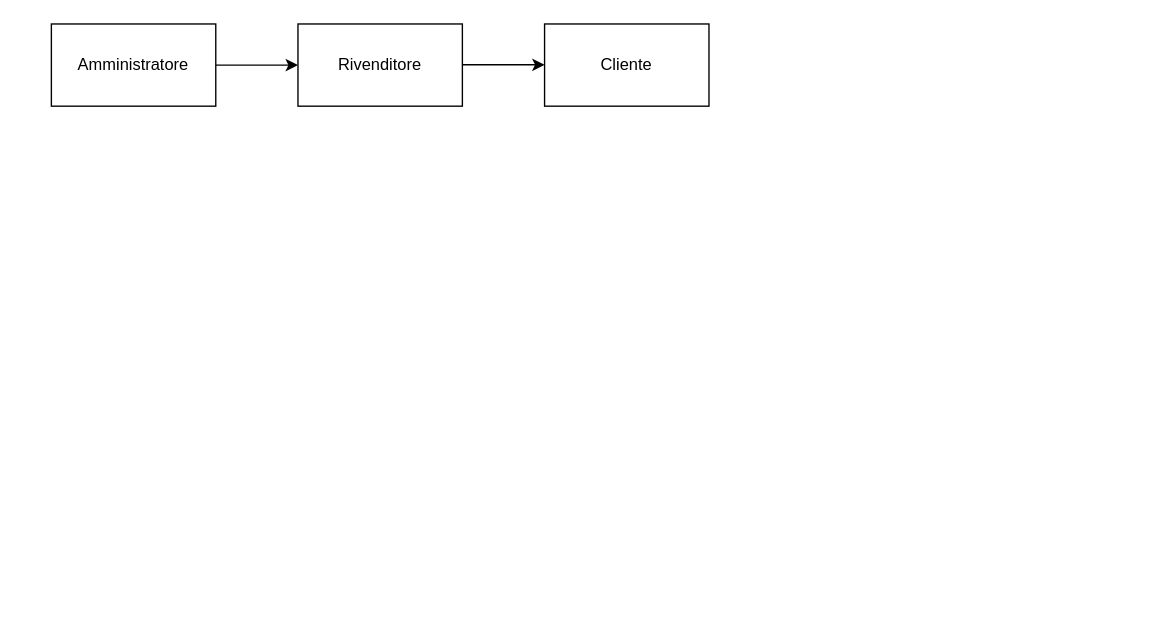
Earlier version of the draw.io diagram Diagrammi/Diagramma MagisterPro.drawio (L-Faber/Diagrammi). Source tidied: cells renumbered, new cells numbered last; positions are measured from the earlier drawing's top-left corner, leaving out a move shared by most shapes. Both pictures are drawn from the tidied source at 137%, with x=0, y=0 at pixel (51, 23).
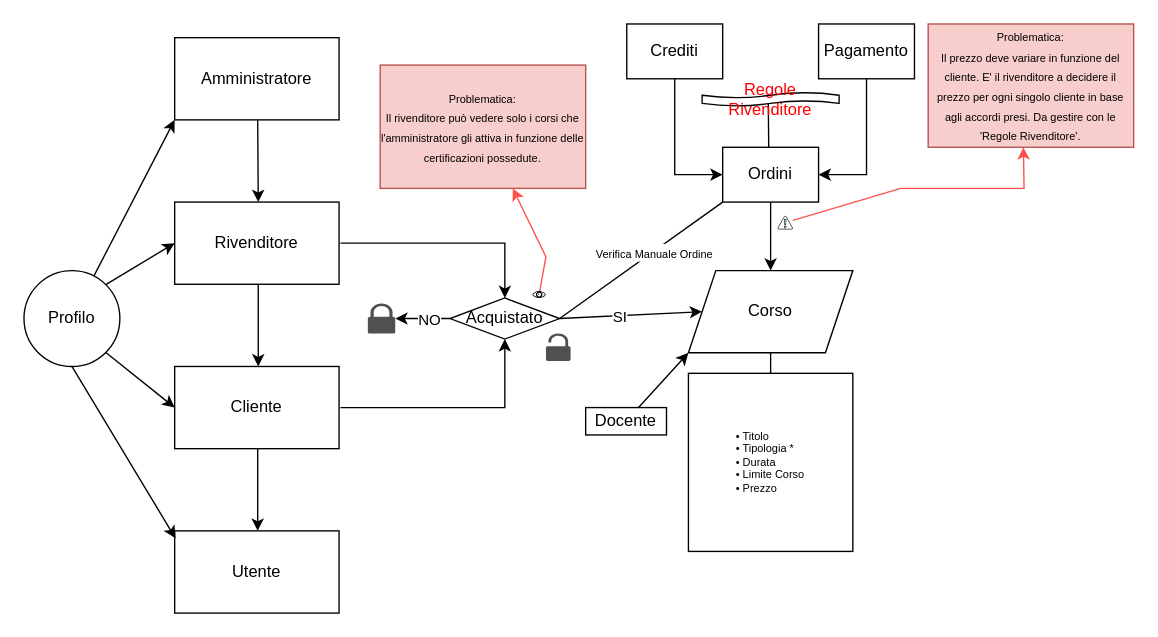
Above is the later version.

What changed in the source:
```diff
@@
     <mxCell id="2" value="Amministratore" style="rounded=0;whiteSpace=wrap;html=1;" parent="1" vertex="1">
-      <mxGeometry width="120" height="60" as="geometry" />
+      <mxGeometry x="90" y="10" width="120" height="60" as="geometry" />
     </mxCell>
     <mxCell id="3" style="endArrow=classic;html=1;rounded=0;" parent="1" edge="1">
       <mxGeometry relative="1" as="geometry">
-        <mxPoint x="120" y="30" as="sourcePoint" />
-        <mxPoint x="180" y="30" as="targetPoint" />
+        <mxPoint x="150.6" y="70" as="sourcePoint" />
+        <mxPoint x="151" y="130" as="targetPoint" />
       </mxGeometry>
     </mxCell>
+    <mxCell id="7" style="edgeStyle=none;rounded=0;jettySize=auto;html=1;entryX=0.5;entryY=0;entryDx=0;entryDy=0;" parent="1" edge="1" target="13">
+      <mxGeometry relative="1" as="geometry">
+        <mxPoint x="211" y="160" as="sourcePoint" />
+        <Array as="points">
+          <mxPoint x="331" y="160" />
+        </Array>
+      </mxGeometry>
+    </mxCell>
     <mxCell id="4" value="Rivenditore" style="rounded=0;whiteSpace=wrap;html=1;" parent="1" vertex="1">
-      <mxGeometry x="180" width="120" height="60" as="geometry" />
+      <mxGeometry x="90" y="130" width="120" height="60" as="geometry" />
     </mxCell>
-    <mxCell id="5" style="endArrow=classic;html=1;rounded=0;" parent="1" edge="1">
+    <mxCell id="5" style="endArrow=classic;html=1;rounded=0;exitX=0.5;exitY=1;exitDx=0;exitDy=0;" parent="1" edge="1">
       <mxGeometry relative="1" as="geometry">
-        <mxPoint x="300" y="29.8" as="sourcePoint" />
-        <mxPoint x="360" y="29.8" as="targetPoint" />
+        <mxPoint x="151" y="190" as="sourcePoint" />
+        <mxPoint x="151" y="250" as="targetPoint" />
       </mxGeometry>
     </mxCell>
     <mxCell id="6" value="Cliente" style="rounded=0;whiteSpace=wrap;html=1;" parent="1" vertex="1">
-      <mxGeometry x="360" width="120" height="60" as="geometry" />
+      <mxGeometry x="90" y="250" width="120" height="60" as="geometry" />
     </mxCell>
+    <mxCell id="8" value="Corso" style="shape=parallelogram;perimeter=parallelogramPerimeter;whiteSpace=wrap;html=1;fixedSize=1;" parent="1" vertex="1">
+      <mxGeometry x="465" y="180" width="120" height="60" as="geometry" />
+    </mxCell>
+    <mxCell id="9" style="edgeStyle=none;rounded=0;jettySize=auto;html=1;exitX=1;exitY=0.5;exitDx=0;exitDy=0;entryX=0;entryY=0.5;entryDx=0;entryDy=0;" parent="1" edge="1" source="13" target="8">
+      <mxGeometry relative="1" as="geometry" />
+    </mxCell>
+    <mxCell id="10" value="SI" style="edgeLabel;html=1;align=center;verticalAlign=middle;" parent="9" vertex="1">
+      <mxGeometry x="-0.15" y="-1" relative="1" as="geometry" />
+    </mxCell>
+    <mxCell id="11" style="edgeStyle=none;rounded=0;jettySize=auto;html=1;" parent="1" edge="1" source="13" target="14">
+      <mxGeometry relative="1" as="geometry" />
+    </mxCell>
+    <mxCell id="12" value="NO" style="edgeLabel;html=1;align=center;verticalAlign=middle;" parent="11" vertex="1">
+      <mxGeometry x="-0.21" relative="1" as="geometry" />
+    </mxCell>
+    <mxCell id="13" value="Acquistato" style="rhombus;whiteSpace=wrap;html=1;" parent="1" vertex="1">
+      <mxGeometry x="291" y="200" width="80" height="30" as="geometry" />
+    </mxCell>
+    <mxCell id="14" style="sketch=0;shadow=0;dashed=0;html=1;strokeColor=none;fillColor=#505050;labelPosition=center;verticalLabelPosition=bottom;verticalAlign=top;outlineConnect=0;align=center;shape=mxgraph.office.security.lock_protected;" parent="1" vertex="1">
+      <mxGeometry x="231" y="204" width="20" height="22" as="geometry" />
+    </mxCell>
+    <mxCell id="15" style="sketch=0;shadow=0;dashed=0;html=1;strokeColor=none;fillColor=#505050;labelPosition=center;verticalLabelPosition=bottom;verticalAlign=top;align=center;shape=mxgraph.office.security.lock_unprotected;" parent="1" vertex="1">
+      <mxGeometry x="361" y="226" width="18" height="20" as="geometry" />
+    </mxCell>
+    <mxCell id="16" value="&lt;div style=&quot;text-align: left; font-size: 8px;&quot;&gt;&lt;span style=&quot;background-color: initial;&quot;&gt;&lt;font style=&quot;font-size: 8px;&quot;&gt;• Titolo&lt;/font&gt;&lt;/span&gt;&lt;/div&gt;&lt;div style=&quot;text-align: left; font-size: 8px;&quot;&gt;&lt;span style=&quot;background-color: initial;&quot;&gt;&lt;font style=&quot;font-size: 8px;&quot;&gt;• Tipologia *&lt;/font&gt;&lt;/span&gt;&lt;/div&gt;&lt;div style=&quot;text-align: left; font-size: 8px;&quot;&gt;&lt;span style=&quot;background-color: initial;&quot;&gt;&lt;font style=&quot;font-size: 8px;&quot;&gt;• Durata&lt;/font&gt;&lt;/span&gt;&lt;/div&gt;&lt;div style=&quot;text-align: left; font-size: 8px;&quot;&gt;&lt;span style=&quot;background-color: initial;&quot;&gt;&lt;font style=&quot;font-size: 8px;&quot;&gt;• Limite Corso&lt;/font&gt;&lt;/span&gt;&lt;/div&gt;&lt;div style=&quot;text-align: left; font-size: 8px;&quot;&gt;&lt;span style=&quot;background-color: initial;&quot;&gt;&lt;font style=&quot;font-size: 8px;&quot;&gt;• Prezzo&lt;/font&gt;&lt;/span&gt;&lt;/div&gt;" style="rounded=0;whiteSpace=wrap;html=1;labelPosition=center;verticalLabelPosition=middle;align=center;verticalAlign=middle;" parent="1" vertex="1">
+      <mxGeometry x="465" y="255" width="120" height="130" as="geometry" />
+    </mxCell>
+    <mxCell id="17" style="edgeStyle=none;rounded=0;jettySize=auto;html=1;entryX=0.5;entryY=1;entryDx=0;entryDy=0;" parent="1" edge="1" target="13">
+      <mxGeometry relative="1" as="geometry">
+        <mxPoint x="211" y="280" as="sourcePoint" />
+        <Array as="points">
+          <mxPoint x="331" y="280" />
+        </Array>
+      </mxGeometry>
+    </mxCell>
+    <mxCell id="18" style="endArrow=none;html=1;rounded=0;exitX=0.5;exitY=0;exitDx=0;exitDy=0;" parent="1" edge="1" source="16" target="8">
+      <mxGeometry relative="1" as="geometry" />
+    </mxCell>
+    <mxCell id="19" value="Utente" style="rounded=0;whiteSpace=wrap;html=1;" parent="1" vertex="1">
+      <mxGeometry x="90" y="370" width="120" height="60" as="geometry" />
+    </mxCell>
+    <mxCell id="20" style="endArrow=classic;html=1;rounded=0;exitX=0.5;exitY=1;exitDx=0;exitDy=0;" parent="1" edge="1">
+      <mxGeometry relative="1" as="geometry">
+        <mxPoint x="150.6" y="310" as="sourcePoint" />
+        <mxPoint x="150.6" y="370" as="targetPoint" />
+      </mxGeometry>
+    </mxCell>
+    <mxCell id="21" style="edgeStyle=none;rounded=0;jettySize=auto;html=1;" parent="1" edge="1" source="22" target="8">
+      <mxGeometry relative="1" as="geometry" />
+    </mxCell>
+    <mxCell id="22" value="Ordini" style="rounded=0;whiteSpace=wrap;html=1;" parent="1" vertex="1">
+      <mxGeometry x="490" y="90" width="70" height="40" as="geometry" />
+    </mxCell>
+    <mxCell id="23" style="edgeStyle=none;rounded=0;jettySize=auto;html=1;entryX=1;entryY=0.5;entryDx=0;entryDy=0;" parent="1" edge="1" source="24" target="22">
+      <mxGeometry relative="1" as="geometry">
+        <Array as="points">
+          <mxPoint x="595" y="110" />
+        </Array>
+      </mxGeometry>
+    </mxCell>
+    <mxCell id="24" value="Pagamento" style="rounded=0;whiteSpace=wrap;html=1;" parent="1" vertex="1">
+      <mxGeometry x="560" width="70" height="40" as="geometry" />
+    </mxCell>
+    <mxCell id="25" style="edgeStyle=none;rounded=0;jettySize=auto;html=1;entryX=0;entryY=0.5;entryDx=0;entryDy=0;" parent="1" edge="1" source="26" target="22">
+      <mxGeometry relative="1" as="geometry">
+        <Array as="points">
+          <mxPoint x="455" y="110" />
+        </Array>
+      </mxGeometry>
+    </mxCell>
+    <mxCell id="26" value="Crediti" style="rounded=0;whiteSpace=wrap;html=1;" parent="1" vertex="1">
+      <mxGeometry x="420" width="70" height="40" as="geometry" />
+    </mxCell>
+    <mxCell id="27" style="edgeStyle=none;rounded=0;jettySize=auto;html=1;strokeColor=#FF504A;" parent="1" edge="1" source="28" target="29">
+      <mxGeometry relative="1" as="geometry">
+        <Array as="points">
+          <mxPoint x="361" y="170" />
+        </Array>
+      </mxGeometry>
+    </mxCell>
+    <mxCell id="28" style="shape=mxgraph.signs.healthcare.eye;html=1;fillColor=#000000;strokeColor=none;verticalLabelPosition=bottom;verticalAlign=top;align=center;" parent="1" vertex="1">
+      <mxGeometry x="351" y="195" width="10" height="5" as="geometry" />
+    </mxCell>
+    <mxCell id="29" value="&lt;font style=&quot;&quot;&gt;&lt;span style=&quot;font-size: 8px;&quot;&gt;Problematica:&lt;/span&gt;&lt;br&gt;&lt;font style=&quot;font-size: 8px;&quot;&gt;Il rivenditore può vedere solo i corsi che l'amministratore gli attiva in funzione delle certificazioni possedute.&lt;/font&gt;&lt;br&gt;&lt;/font&gt;" style="rounded=0;whiteSpace=wrap;html=1;labelBackgroundColor=none;fillColor=#f8cecc;strokeColor=#b85450;" parent="1" vertex="1">
+      <mxGeometry x="240" y="30" width="150" height="90" as="geometry" />
+    </mxCell>
+    <mxCell id="30" style="endArrow=none;html=1;rounded=0;exitX=1;exitY=0.5;exitDx=0;exitDy=0;entryX=0;entryY=1;entryDx=0;entryDy=0;" parent="1" edge="1" source="13" target="22">
+      <mxGeometry relative="1" as="geometry" />
+    </mxCell>
+    <mxCell id="31" value="&lt;font style=&quot;font-size: 8px;&quot;&gt;Verifica Manuale Ordine&lt;/font&gt;" style="edgeLabel;html=1;align=center;verticalAlign=middle;" parent="30" vertex="1">
+      <mxGeometry x="0.15" y="-1" relative="1" as="geometry" />
+    </mxCell>
+    <mxCell id="32" style="edgeStyle=none;rounded=0;jettySize=auto;html=1;entryX=0;entryY=1;entryDx=0;entryDy=0;" parent="1" edge="1" source="35" target="2">
+      <mxGeometry relative="1" as="geometry" />
+    </mxCell>
+    <mxCell id="33" style="edgeStyle=none;rounded=0;jettySize=auto;html=1;exitX=1;exitY=0;exitDx=0;exitDy=0;entryX=0;entryY=0.5;entryDx=0;entryDy=0;" parent="1" edge="1" source="35" target="4">
+      <mxGeometry relative="1" as="geometry" />
+    </mxCell>
+    <mxCell id="34" style="edgeStyle=none;rounded=0;jettySize=auto;html=1;exitX=1;exitY=1;exitDx=0;exitDy=0;entryX=0;entryY=0.5;entryDx=0;entryDy=0;" parent="1" edge="1" source="35" target="6">
+      <mxGeometry relative="1" as="geometry" />
+    </mxCell>
+    <mxCell id="35" value="Profilo" style="ellipse;whiteSpace=wrap;html=1;" parent="1" vertex="1">
+      <mxGeometry x="-20" y="180" width="70" height="70" as="geometry" />
+    </mxCell>
+    <mxCell id="36" style="edgeStyle=none;rounded=0;jettySize=auto;html=1;exitX=0.5;exitY=1;exitDx=0;exitDy=0;entryX=0.005;entryY=0.09;entryDx=0;entryDy=0;entryPerimeter=0;" parent="1" edge="1" source="35" target="19">
+      <mxGeometry relative="1" as="geometry" />
+    </mxCell>
+    <mxCell id="37" style="edgeStyle=none;rounded=0;jettySize=auto;html=1;entryX=0;entryY=1;entryDx=0;entryDy=0;" parent="1" edge="1" source="38" target="8">
+      <mxGeometry relative="1" as="geometry" />
+    </mxCell>
+    <mxCell id="38" value="Docente" style="rounded=0;whiteSpace=wrap;html=1;" parent="1" vertex="1">
+      <mxGeometry x="390" y="280" width="59" height="20" as="geometry" />
+    </mxCell>
+    <mxCell id="39" style="edgeStyle=none;rounded=0;jettySize=auto;html=1;strokeColor=#FF504A;" parent="1" edge="1" source="41">
+      <mxGeometry relative="1" as="geometry">
+        <mxPoint x="709.5" y="90" as="targetPoint" />
+        <Array as="points">
+          <mxPoint x="620" y="120" />
+          <mxPoint x="710" y="120" />
+        </Array>
+      </mxGeometry>
+    </mxCell>
+    <mxCell id="40" style="edgeStyle=none;rounded=0;jettySize=auto;html=1;strokeColor=#FF504A;" parent="1" edge="1" target="41">
+      <mxGeometry relative="1" as="geometry">
+        <mxPoint x="530" y="150" as="sourcePoint" />
+      </mxGeometry>
+    </mxCell>
+    <mxCell id="41" style="sketch=0;outlineConnect=0;fontColor=#232F3E;gradientColor=none;fillColor=#232F3D;strokeColor=none;dashed=0;verticalLabelPosition=bottom;verticalAlign=top;align=center;html=1;fontSize=12;fontStyle=0;shape=mxgraph.aws4.alert;" parent="1" vertex="1">
+      <mxGeometry x="530" y="140" width="11.3" height="10" as="geometry" />
+    </mxCell>
+    <mxCell id="42" value="&lt;font style=&quot;&quot;&gt;&lt;span style=&quot;font-size: 8px;&quot;&gt;Problematica:&lt;/span&gt;&lt;br&gt;&lt;font style=&quot;font-size: 8px;&quot;&gt;Il prezzo deve variare in funzione del cliente. E' il rivenditore a decidere il prezzo per ogni singolo cliente in base agli accordi presi. Da gestire con le 'Regole Rivenditore'.&lt;/font&gt;&lt;br&gt;&lt;/font&gt;" style="rounded=0;whiteSpace=wrap;html=1;labelBackgroundColor=none;fillColor=#f8cecc;strokeColor=#b85450;" parent="1" vertex="1">
+      <mxGeometry x="640" width="150" height="90" as="geometry" />
+    </mxCell>
+    <mxCell id="43" style="endArrow=none;html=1;rounded=0;entryX=0.483;entryY=0.775;entryDx=0;entryDy=0;entryPerimeter=0;exitX=0.48;exitY=0.001;exitDx=0;exitDy=0;exitPerimeter=0;" parent="1" edge="1" source="22" target="44">
+      <mxGeometry relative="1" as="geometry" />
+    </mxCell>
+    <mxCell id="44" value="&lt;font color=&quot;#ff0000&quot;&gt;Regole Rivenditore&lt;/font&gt;" style="shape=tape;whiteSpace=wrap;html=1;" parent="1" vertex="1">
+      <mxGeometry x="475" y="50" width="100" height="10" as="geometry" />
+    </mxCell>
```
